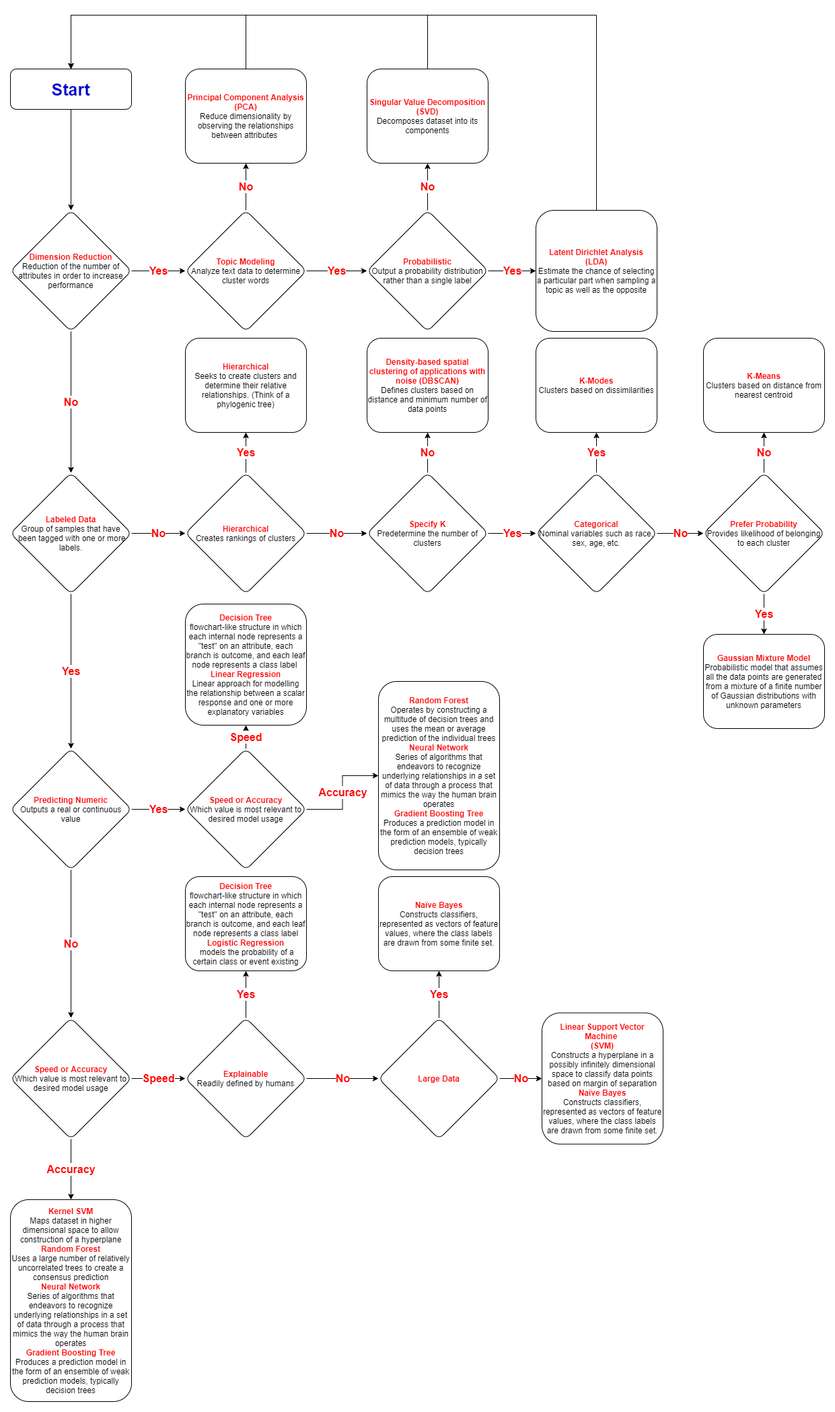
Before: Data Science Test - Full.drawio-DESKTOP-S610RA7.drawio.png, a diagram exported from draw.io (JerrinWiley/Algorithim-Selector-Flowchart). Source tidied: cells renumbered, new cells last; positions are measured from the earlier drawing's top-left corner, leaving out a move shared by most shapes.
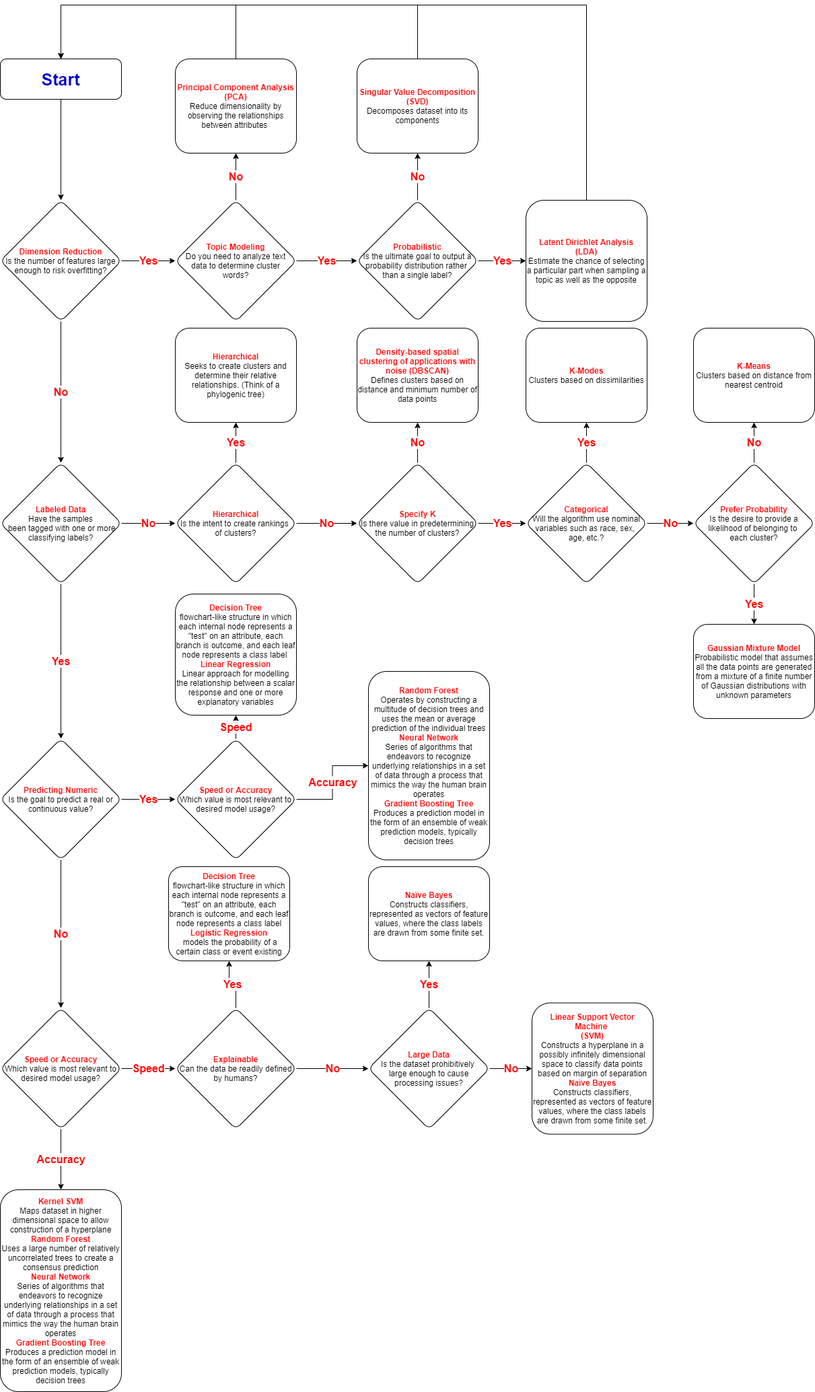
The same diagram one commit later.

What changed in the source:
```diff
@@ -14,7 +14,7 @@
     <mxCell id="5" value="No" style="edgeStyle=orthogonalEdgeStyle;rounded=0;jettySize=auto;html=1;fontStyle=1;fontSize=16;fontColor=#FF0000;" parent="1" edge="1" source="6" target="21">
       <mxGeometry relative="1" as="geometry" />
     </mxCell>
-    <mxCell id="6" value="&lt;font color=&quot;#ff0000&quot;&gt;&lt;b&gt;Dimension Reduction&lt;/b&gt;&lt;br&gt;&lt;/font&gt;Reduction of the number of attributes in order to increase performance" style="rhombus;whiteSpace=wrap;html=1;rounded=1;" parent="1" vertex="1">
+    <mxCell id="6" value="&lt;font color=&quot;#ff0000&quot;&gt;&lt;b&gt;Dimension Reduction&lt;/b&gt;&lt;br&gt;&lt;/font&gt;Is the number of features large enough to risk overfitting?" style="rhombus;whiteSpace=wrap;html=1;rounded=1;" parent="1" vertex="1">
       <mxGeometry y="290" width="180" height="180" as="geometry" />
     </mxCell>
     <mxCell id="7" value="Yes" style="edgeStyle=orthogonalEdgeStyle;rounded=0;jettySize=auto;html=1;fontStyle=1;fontSize=16;fontColor=#FF0000;" parent="1" edge="1" source="9" target="12">
@@ -23,7 +23,7 @@
     <mxCell id="8" value="No" style="edgeStyle=orthogonalEdgeStyle;rounded=0;jettySize=auto;html=1;fontStyle=1;fontSize=16;fontColor=#FF0000;" parent="1" edge="1" source="9" target="18">
       <mxGeometry relative="1" as="geometry" />
     </mxCell>
-    <mxCell id="9" value="&lt;b style=&quot;color: rgb(255 , 0 , 0)&quot;&gt;Topic Modeling&lt;/b&gt;&lt;br&gt;Analyze text data to determine cluster words" style="rhombus;whiteSpace=wrap;html=1;rounded=1;" parent="1" vertex="1">
+    <mxCell id="9" value="&lt;b style=&quot;color: rgb(255 , 0 , 0)&quot;&gt;Topic Modeling&lt;/b&gt;&lt;br&gt;Do you need to analyze text&lt;br&gt;&amp;nbsp;data to determine cluster &lt;br&gt;words?" style="rhombus;whiteSpace=wrap;html=1;rounded=1;" parent="1" vertex="1">
       <mxGeometry x="260" y="290" width="180" height="180" as="geometry" />
     </mxCell>
     <mxCell id="10" value="Yes" style="edgeStyle=orthogonalEdgeStyle;rounded=0;jettySize=auto;html=1;fontStyle=1;fontSize=16;fontColor=#FF0000;" parent="1" edge="1" source="12" target="14">
@@ -32,7 +32,7 @@
     <mxCell id="11" value="No" style="edgeStyle=orthogonalEdgeStyle;rounded=0;jettySize=auto;html=1;fontStyle=1;fontSize=16;fontColor=#FF0000;" parent="1" edge="1" source="12" target="16">
       <mxGeometry relative="1" as="geometry" />
     </mxCell>
-    <mxCell id="12" value="&lt;b style=&quot;color: rgb(255 , 0 , 0)&quot;&gt;Probabilistic&lt;/b&gt;&lt;br&gt;Output a probability distribution rather than a single label" style="rhombus;whiteSpace=wrap;html=1;rounded=1;" parent="1" vertex="1">
+    <mxCell id="12" value="&lt;b style=&quot;color: rgb(255 , 0 , 0)&quot;&gt;Probabilistic&lt;/b&gt;&lt;br&gt;Is the ultimate goal to output a probability distribution rather &lt;br&gt;than a single label?" style="rhombus;whiteSpace=wrap;html=1;rounded=1;" parent="1" vertex="1">
       <mxGeometry x="530" y="290" width="180" height="180" as="geometry" />
     </mxCell>
     <mxCell id="13" style="edgeStyle=orthogonalEdgeStyle;rounded=0;jettySize=auto;html=1;fontSize=16;fontColor=#FF0000;entryX=0.5;entryY=0;entryDx=0;entryDy=0;" parent="1" edge="1" source="14" target="3">
@@ -74,7 +74,7 @@
     <mxCell id="20" value="Yes" style="edgeStyle=orthogonalEdgeStyle;rounded=0;jettySize=auto;html=1;exitX=0.5;exitY=1;exitDx=0;exitDy=0;fontStyle=1;fontSize=16;fontColor=#FF0000;" parent="1" edge="1" source="21" target="41">
       <mxGeometry relative="1" as="geometry" />
     </mxCell>
-    <mxCell id="21" value="&lt;b&gt;&lt;font color=&quot;#ff0000&quot;&gt;Labeled Data&lt;br&gt;&lt;/font&gt;&lt;/b&gt;Group of samples that have&lt;br&gt;&amp;nbsp;been tagged with one or more labels." style="rhombus;whiteSpace=wrap;html=1;rounded=1;" parent="1" vertex="1">
+    <mxCell id="21" value="&lt;b&gt;&lt;font color=&quot;#ff0000&quot;&gt;Labeled Data&lt;br&gt;&lt;/font&gt;&lt;/b&gt;Have the samples&lt;br&gt;&amp;nbsp;been tagged with one or more classifying labels?" style="rhombus;whiteSpace=wrap;html=1;rounded=1;" parent="1" vertex="1">
       <mxGeometry y="680" width="180" height="180" as="geometry" />
     </mxCell>
     <mxCell id="22" value="Yes" style="edgeStyle=orthogonalEdgeStyle;rounded=0;jettySize=auto;html=1;fontStyle=1;fontSize=16;fontColor=#FF0000;" parent="1" edge="1" source="24" target="25">
@@ -83,7 +83,7 @@
     <mxCell id="23" value="No" style="edgeStyle=orthogonalEdgeStyle;rounded=0;jettySize=auto;html=1;fontStyle=1;fontSize=16;fontColor=#FF0000;" parent="1" edge="1" source="24" target="28">
       <mxGeometry relative="1" as="geometry" />
     </mxCell>
-    <mxCell id="24" value="&lt;b&gt;&lt;font color=&quot;#ff0000&quot;&gt;Hierarchical&lt;/font&gt;&lt;/b&gt;&lt;br&gt;Creates rankings of clusters" style="rhombus;whiteSpace=wrap;html=1;rounded=1;" parent="1" vertex="1">
+    <mxCell id="24" value="&lt;b&gt;&lt;font color=&quot;#ff0000&quot;&gt;Hierarchical&lt;/font&gt;&lt;/b&gt;&lt;br&gt;Is the intent to create rankings &lt;br&gt;of clusters?" style="rhombus;whiteSpace=wrap;html=1;rounded=1;" parent="1" vertex="1">
       <mxGeometry x="260" y="680" width="180" height="180" as="geometry" />
     </mxCell>
     <mxCell id="25" value="&lt;b&gt;&lt;font color=&quot;#ff0000&quot;&gt;Hierarchical&lt;/font&gt;&lt;/b&gt;&lt;br&gt;Seeks to create clusters and determine their relative relationships. (Think of a phylogenic tree)" style="whiteSpace=wrap;html=1;rounded=1;" parent="1" vertex="1">
@@ -95,7 +95,7 @@
     <mxCell id="27" value="No" style="edgeStyle=orthogonalEdgeStyle;rounded=0;jettySize=auto;html=1;fontStyle=1;fontSize=16;fontColor=#FF0000;" parent="1" edge="1" source="28" target="32">
       <mxGeometry relative="1" as="geometry" />
     </mxCell>
-    <mxCell id="28" value="&lt;b&gt;&lt;font color=&quot;#ff0000&quot;&gt;Specify K&lt;br&gt;&lt;/font&gt;&lt;/b&gt;Predetermine the number of clusters" style="rhombus;whiteSpace=wrap;html=1;rounded=1;" parent="1" vertex="1">
+    <mxCell id="28" value="&lt;b&gt;&lt;font color=&quot;#ff0000&quot;&gt;Specify K&lt;br&gt;&lt;/font&gt;&lt;/b&gt;Is there value in predetermining the number of clusters?" style="rhombus;whiteSpace=wrap;html=1;rounded=1;" parent="1" vertex="1">
       <mxGeometry x="530" y="680" width="180" height="180" as="geometry" />
     </mxCell>
     <mxCell id="29" value="Yes" style="edgeStyle=orthogonalEdgeStyle;rounded=0;jettySize=auto;html=1;fontStyle=1;fontSize=16;fontColor=#FF0000;" parent="1" edge="1" source="31" target="33">
@@ -104,7 +104,7 @@
     <mxCell id="30" value="No" style="edgeStyle=orthogonalEdgeStyle;rounded=0;jettySize=auto;html=1;fontStyle=1;fontSize=16;fontColor=#FF0000;" parent="1" edge="1" source="31" target="36">
       <mxGeometry relative="1" as="geometry" />
     </mxCell>
-    <mxCell id="31" value="&lt;b&gt;&lt;font color=&quot;#ff0000&quot;&gt;Categorical&lt;/font&gt;&lt;/b&gt;&lt;br&gt;Nominal variables such as race, sex, age, etc." style="rhombus;whiteSpace=wrap;html=1;rounded=1;" parent="1" vertex="1">
+    <mxCell id="31" value="&lt;b&gt;&lt;font color=&quot;#ff0000&quot;&gt;Categorical&lt;/font&gt;&lt;/b&gt;&lt;br&gt;Will the algorithm use nominal variables such as race, sex, &lt;br&gt;age, etc.?" style="rhombus;whiteSpace=wrap;html=1;rounded=1;" parent="1" vertex="1">
       <mxGeometry x="781" y="680" width="180" height="180" as="geometry" />
     </mxCell>
     <mxCell id="32" value="&lt;b&gt;&lt;font color=&quot;#ff0000&quot;&gt;Density-based spatial clustering of applications with noise (DBSCAN)&lt;/font&gt;&lt;/b&gt;&lt;br&gt;Defines clusters based on distance and minimum number of data points" style="whiteSpace=wrap;html=1;rounded=1;" parent="1" vertex="1">
@@ -119,7 +119,7 @@
     <mxCell id="35" value="Yes" style="edgeStyle=orthogonalEdgeStyle;rounded=0;jettySize=auto;html=1;fontStyle=1;fontSize=16;fontColor=#FF0000;" parent="1" edge="1" source="36" target="38">
       <mxGeometry relative="1" as="geometry" />
     </mxCell>
-    <mxCell id="36" value="&lt;b&gt;&lt;font color=&quot;#ff0000&quot;&gt;Prefer Probability&lt;br&gt;&lt;/font&gt;&lt;/b&gt;Provides likelihood of belonging to each cluster" style="rhombus;whiteSpace=wrap;html=1;rounded=1;" parent="1" vertex="1">
+    <mxCell id="36" value="&lt;b&gt;&lt;font color=&quot;#ff0000&quot;&gt;Prefer Probability&lt;br&gt;&lt;/font&gt;&lt;/b&gt;Is the desire to provide a likelihood of belonging to &lt;br&gt;each cluster?" style="rhombus;whiteSpace=wrap;html=1;rounded=1;" parent="1" vertex="1">
       <mxGeometry x="1030" y="680" width="180" height="180" as="geometry" />
     </mxCell>
     <mxCell id="37" value="&lt;b&gt;&lt;font color=&quot;#ff0000&quot;&gt;K-Means&lt;br&gt;&lt;/font&gt;&lt;/b&gt;Clusters based on distance from nearest centroid" style="whiteSpace=wrap;html=1;rounded=1;" parent="1" vertex="1">
@@ -134,7 +134,7 @@
     <mxCell id="40" value="No" style="edgeStyle=orthogonalEdgeStyle;rounded=0;jettySize=auto;html=1;startArrow=none;exitX=0.5;exitY=1;exitDx=0;exitDy=0;fontStyle=1;fontSize=16;fontColor=#FF0000;" parent="1" edge="1" source="41" target="48">
       <mxGeometry relative="1" as="geometry" />
     </mxCell>
-    <mxCell id="41" value="&lt;b&gt;&lt;font color=&quot;#ff0000&quot;&gt;Predicting Numeric&lt;br&gt;&lt;/font&gt;&lt;/b&gt;Outputs a real or continuous value" style="rhombus;whiteSpace=wrap;html=1;rounded=1;" parent="1" vertex="1">
+    <mxCell id="41" value="&lt;b&gt;&lt;font color=&quot;#ff0000&quot;&gt;Predicting Numeric&lt;br&gt;&lt;/font&gt;&lt;/b&gt;Is the goal to predict a real or continuous value?" style="rhombus;whiteSpace=wrap;html=1;rounded=1;" parent="1" vertex="1">
       <mxGeometry y="1090" width="180" height="180" as="geometry" />
     </mxCell>
     <mxCell id="42" value="Speed" style="edgeStyle=orthogonalEdgeStyle;rounded=0;jettySize=auto;html=1;fontStyle=1;fontSize=16;fontColor=#FF0000;" parent="1" edge="1" source="44" target="45">
@@ -143,7 +143,7 @@
     <mxCell id="43" value="Accuracy" style="edgeStyle=orthogonalEdgeStyle;rounded=0;jettySize=auto;html=1;fontStyle=1;fontSize=16;fontColor=#FF0000;" parent="1" edge="1" source="44" target="59">
       <mxGeometry relative="1" as="geometry" />
     </mxCell>
-    <mxCell id="44" value="&lt;b&gt;&lt;font color=&quot;#ff0000&quot;&gt;Speed or Accuracy&lt;br&gt;&lt;/font&gt;&lt;/b&gt;Which value is most relevant to desired model usage" style="rhombus;whiteSpace=wrap;html=1;rounded=1;" parent="1" vertex="1">
+    <mxCell id="44" value="&lt;b&gt;&lt;font color=&quot;#ff0000&quot;&gt;Speed or Accuracy&lt;br&gt;&lt;/font&gt;&lt;/b&gt;Which value is most relevant to desired model usage?" style="rhombus;whiteSpace=wrap;html=1;rounded=1;" parent="1" vertex="1">
       <mxGeometry x="260" y="1090" width="180" height="180" as="geometry" />
     </mxCell>
     <mxCell id="45" value="&lt;b&gt;&lt;font color=&quot;#ff0000&quot;&gt;Decision Tree&lt;br&gt;&lt;/font&gt;&lt;/b&gt;flowchart-like structure in which each internal node represents a &quot;test&quot; on an attribute, each branch is outcome, and each leaf node represents a class label&amp;nbsp;&lt;br&gt;&lt;b&gt;&lt;font color=&quot;#ff0000&quot;&gt;Linear Regression&lt;br&gt;&lt;/font&gt;&lt;/b&gt;Linear approach for modelling the relationship between a scalar response and one or more explanatory variables" style="whiteSpace=wrap;html=1;rounded=1;" parent="1" vertex="1">
@@ -155,7 +155,7 @@
     <mxCell id="47" value="Accuracy" style="edgeStyle=orthogonalEdgeStyle;rounded=0;jettySize=auto;html=1;fontStyle=1;fontSize=16;fontColor=#FF0000;" parent="1" edge="1" source="48" target="55">
       <mxGeometry relative="1" as="geometry" />
     </mxCell>
-    <mxCell id="48" value="&lt;b&gt;&lt;font color=&quot;#ff0000&quot;&gt;Speed or Accuracy&lt;br&gt;&lt;/font&gt;&lt;/b&gt;Which value is most relevant to desired model usage" style="rhombus;whiteSpace=wrap;html=1;rounded=1;" parent="1" vertex="1">
+    <mxCell id="48" value="&lt;b&gt;&lt;font color=&quot;#ff0000&quot;&gt;Speed or Accuracy&lt;br&gt;&lt;/font&gt;&lt;/b&gt;Which value is most relevant to desired model usage?" style="rhombus;whiteSpace=wrap;html=1;rounded=1;" parent="1" vertex="1">
       <mxGeometry y="1490" width="180" height="180" as="geometry" />
     </mxCell>
     <mxCell id="49" value="No" style="edgeStyle=orthogonalEdgeStyle;rounded=0;jettySize=auto;html=1;fontStyle=1;fontSize=16;fontColor=#FF0000;" parent="1" edge="1" source="51" target="54">
@@ -164,7 +164,7 @@
     <mxCell id="50" value="Yes" style="edgeStyle=orthogonalEdgeStyle;rounded=0;jettySize=auto;html=1;fontStyle=1;fontSize=16;fontColor=#FF0000;" parent="1" edge="1" source="51" target="56">
       <mxGeometry relative="1" as="geometry" />
     </mxCell>
-    <mxCell id="51" value="&lt;b&gt;&lt;font color=&quot;#ff0000&quot;&gt;Explainable&lt;/font&gt;&lt;/b&gt;&lt;br&gt;Readily defined by humans" style="rhombus;whiteSpace=wrap;html=1;rounded=1;" parent="1" vertex="1">
+    <mxCell id="51" value="&lt;b&gt;&lt;font color=&quot;#ff0000&quot;&gt;Explainable&lt;/font&gt;&lt;/b&gt;&lt;br&gt;Can the data be readily defined by humans?" style="rhombus;whiteSpace=wrap;html=1;rounded=1;" parent="1" vertex="1">
       <mxGeometry x="260" y="1490" width="180" height="180" as="geometry" />
     </mxCell>
     <mxCell id="52" value="Yes" style="edgeStyle=orthogonalEdgeStyle;rounded=0;jettySize=auto;html=1;fontStyle=1;fontSize=16;fontColor=#FF0000;" parent="1" edge="1" source="54" target="57">
@@ -173,14 +173,14 @@
     <mxCell id="53" value="No" style="edgeStyle=orthogonalEdgeStyle;rounded=0;jettySize=auto;html=1;fontStyle=1;fontSize=16;fontColor=#FF0000;" parent="1" edge="1" source="54" target="58">
       <mxGeometry relative="1" as="geometry" />
     </mxCell>
-    <mxCell id="54" value="&lt;b&gt;&lt;font color=&quot;#ff0000&quot;&gt;Large Data&lt;/font&gt;&lt;/b&gt;" style="rhombus;whiteSpace=wrap;html=1;rounded=1;" parent="1" vertex="1">
+    <mxCell id="54" value="&lt;font color=&quot;#ff0000&quot; style=&quot;font-weight: bold&quot;&gt;Large Data&lt;/font&gt;&lt;br&gt;&lt;font&gt;Is the dataset prohibitively &lt;br&gt;large enough to cause processing issues?&lt;/font&gt;&lt;font color=&quot;#ff0000&quot; style=&quot;font-weight: bold&quot;&gt;&lt;br&gt;&lt;/font&gt;" style="rhombus;whiteSpace=wrap;html=1;rounded=1;" parent="1" vertex="1">
       <mxGeometry x="547" y="1490" width="180" height="180" as="geometry" />
     </mxCell>
     <mxCell id="55" value="&lt;b&gt;&lt;font color=&quot;#ff0000&quot;&gt;Kernel SVM&lt;br&gt;&lt;/font&gt;&lt;/b&gt;Maps dataset in higher dimensional space to allow construction of a hyperplane&lt;br&gt;&lt;font color=&quot;#ff0000&quot;&gt;&lt;b&gt;Random Forest&lt;br&gt;&lt;/b&gt;&lt;/font&gt;Uses a large number of relatively uncorrelated trees to create a consensus prediction&lt;br&gt;&lt;font color=&quot;#ff0000&quot;&gt;&lt;b&gt;Neural Network&lt;br&gt;&lt;/b&gt;&lt;/font&gt;Series of algorithms that endeavors to recognize underlying relationships in a set of data through a process that mimics the way the human brain operates&lt;br&gt;&lt;b&gt;&lt;font color=&quot;#ff0000&quot;&gt;Gradient Boosting Tree&lt;br&gt;&lt;/font&gt;&lt;/b&gt;Produces a prediction model in the form of an ensemble of weak prediction models, typically decision trees" style="whiteSpace=wrap;html=1;rounded=1;" parent="1" vertex="1">
       <mxGeometry y="1760" width="180" height="300" as="geometry" />
     </mxCell>
     <mxCell id="56" value="&lt;b&gt;&lt;font color=&quot;#ff0000&quot;&gt;Decision Tree&lt;br&gt;&lt;/font&gt;&lt;/b&gt;flowchart-like structure in which each internal node represents a &quot;test&quot; on an attribute, each branch is outcome, and each leaf node represents a class label&lt;br&gt;&lt;b&gt;&lt;font color=&quot;#ff0000&quot;&gt;Logistic Regression&lt;br&gt;&lt;/font&gt;&lt;/b&gt;&amp;nbsp;models the probability of a certain class or event existing" style="whiteSpace=wrap;html=1;rounded=1;" parent="1" vertex="1">
-      <mxGeometry x="260" y="1280" width="180" height="140" as="geometry" />
+      <mxGeometry x="250" y="1280" width="180" height="140" as="geometry" />
     </mxCell>
     <mxCell id="57" value="&lt;b&gt;&lt;font color=&quot;#ff0000&quot;&gt;Naïve Bayes&lt;br&gt;&lt;/font&gt;&lt;/b&gt;Constructs classifiers, represented as vectors of feature values, where the class labels are drawn from some finite set." style="whiteSpace=wrap;html=1;rounded=1;" parent="1" vertex="1">
       <mxGeometry x="547" y="1280" width="180" height="140" as="geometry" />
```
